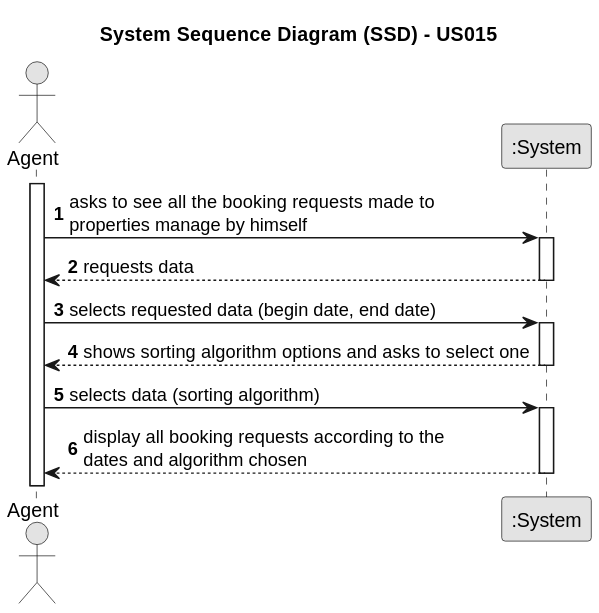
The PlantUML diagram docs/sprintD/us015/01.requirements-engineering/svg/us015-system-sequence-diagram.svg in rita-barbosa/LAPR2-2223, before a commit.
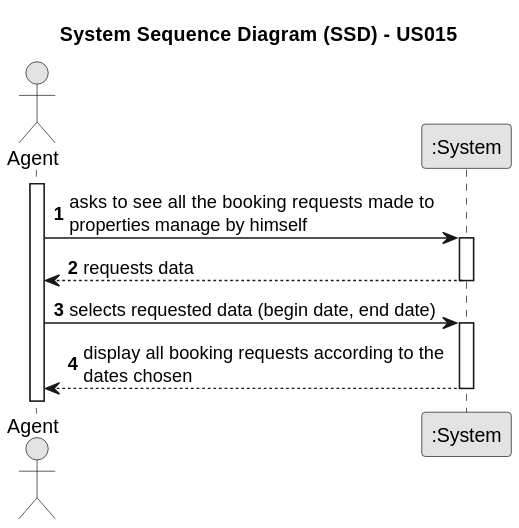
After the change.

Commit message:
Update SSD + SVG [US015][Requirements Engineering]

What changed in the source:
```diff
@@ -21,12 +21,7 @@
     Agent -> System : selects requested data (begin date, end date)
     activate System
 
-    System --> Agent : shows sorting algorithm options and asks to select one
-    deactivate System
 
-    Agent -> System : selects data (sorting algorithm)
-    activate System
-
-    System --> Agent : display all booking requests according to the \ndates and algorithm chosen
+    System --> Agent : display all booking requests according to the \ndates chosen
     deactivate System
 @enduml
```
